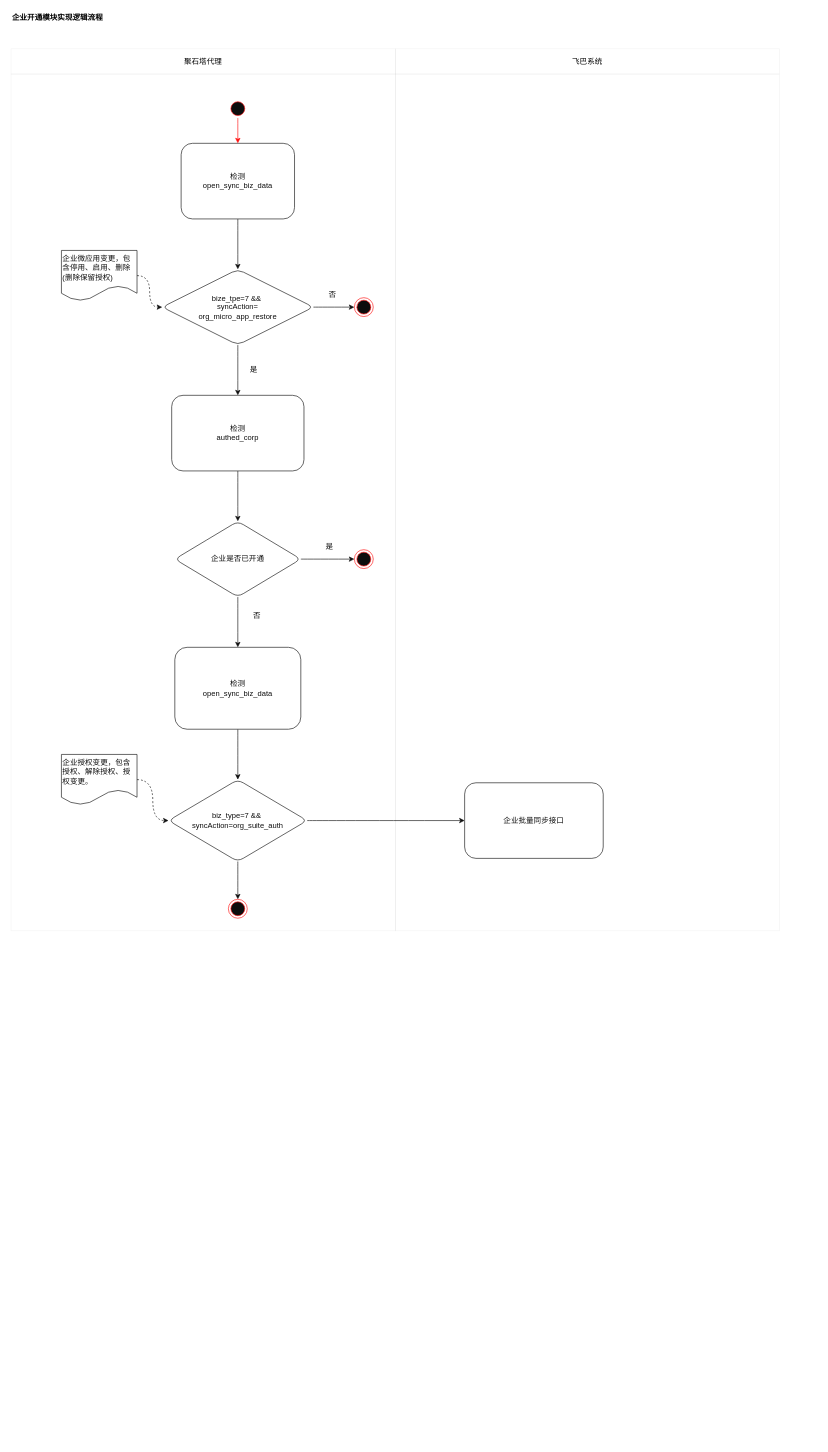
This is page "ent_restore" (1 of 7) of src/work/flyby/present/dingtalk-impl.drawio from ab-doc/draw.io, a draw.io file, before an edit. Source tidied: cells renumbered, new cells numbered last; positions are measured from the earlier drawing's top-left corner, leaving out a move shared by most shapes. Both pictures are drawn from the tidied source at 63%, with x=0, y=0 at pixel (11, 11).
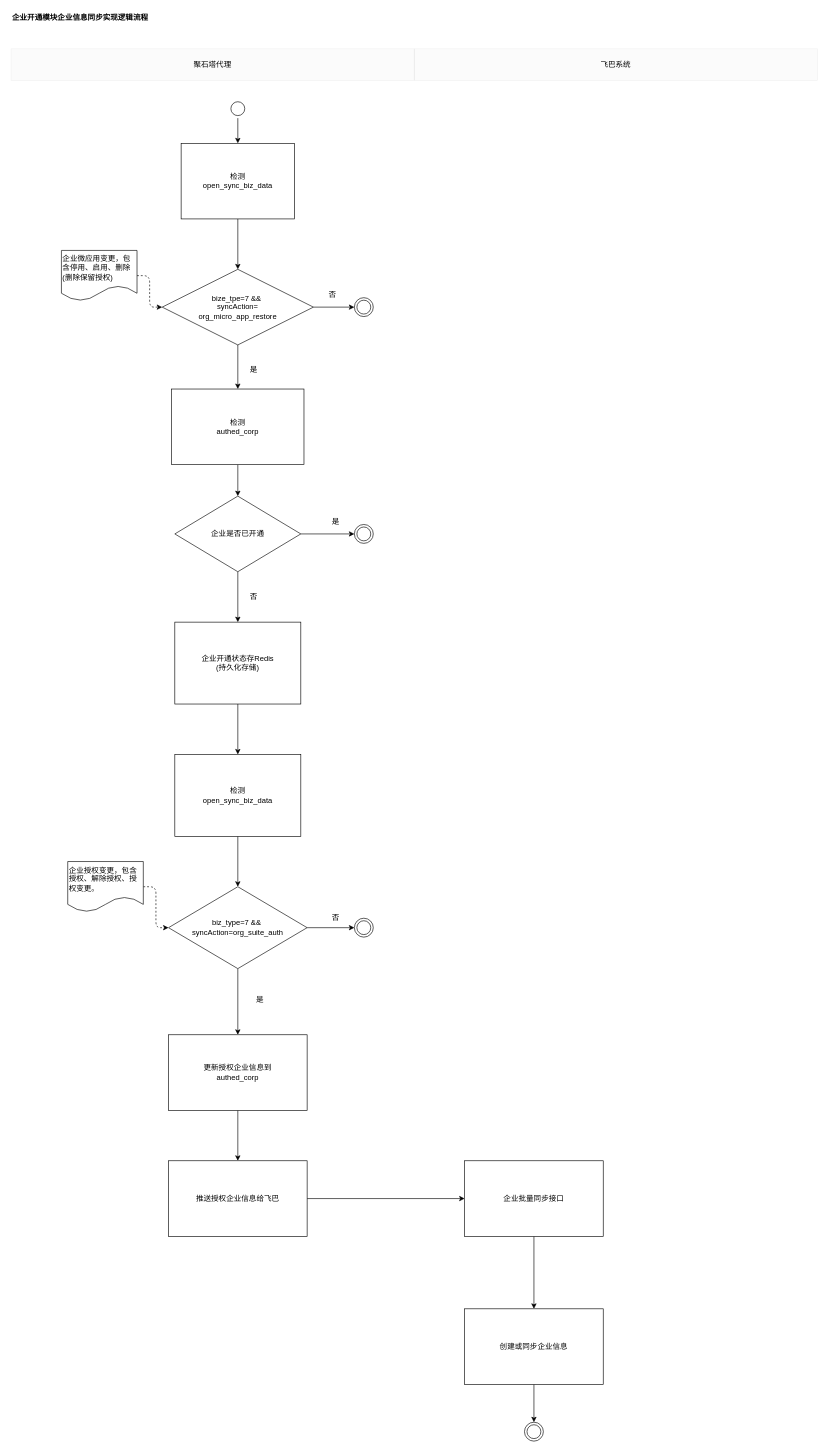
The same diagram, later.

The edit, as a diff of the source:
```diff
@@
-    <mxCell id="2" value="&lt;b&gt;企业开通模块实现逻辑流程&lt;/b&gt;" style="text;html=1;strokeColor=none;fillColor=none;align=left;verticalAlign=middle;whiteSpace=wrap;rounded=0;" parent="1" vertex="1">
-      <mxGeometry width="200" height="20" as="geometry" />
+    <mxCell id="2" value="&lt;b&gt;企业开通模块企业信息同步实现逻辑流程&lt;/b&gt;" style="text;html=1;strokeColor=none;fillColor=none;align=left;verticalAlign=middle;whiteSpace=wrap;" parent="1" vertex="1">
+      <mxGeometry width="240" height="20" as="geometry" />
     </mxCell>
-    <mxCell id="3" style="edgeStyle=orthogonalEdgeStyle;curved=1;rounded=1;sketch=0;jettySize=auto;html=1;" parent="1" edge="1" source="4" target="7">
+    <mxCell id="3" style="edgeStyle=orthogonalEdgeStyle;jettySize=auto;html=1;" parent="1" edge="1" source="4" target="7">
       <mxGeometry relative="1" as="geometry" />
     </mxCell>
-    <mxCell id="4" value="检测&lt;br&gt;open_sync_biz_data" style="rounded=1;whiteSpace=wrap;html=1;sketch=0;" parent="1" vertex="1">
+    <mxCell id="4" value="检测&lt;br&gt;open_sync_biz_data" style="whiteSpace=wrap;html=1;" parent="1" vertex="1">
       <mxGeometry x="270" y="210" width="180" height="120" as="geometry" />
     </mxCell>
+    <mxCell id="6" style="edgeStyle=orthogonalEdgeStyle;jettySize=auto;html=1;" parent="1" edge="1" source="7" target="26">
+      <mxGeometry relative="1" as="geometry" />
+    </mxCell>
-    <mxCell id="5" style="edgeStyle=orthogonalEdgeStyle;curved=1;rounded=1;sketch=0;jettySize=auto;html=1;" parent="1" edge="1" source="7" target="18">
+    <mxCell id="5" style="edgeStyle=orthogonalEdgeStyle;rounded=0;jettySize=auto;html=1;startArrow=none;startFill=0;endArrow=classic;endFill=1;" parent="1" edge="1" source="7" target="18">
       <mxGeometry relative="1" as="geometry" />
     </mxCell>
-    <mxCell id="6" style="edgeStyle=orthogonalEdgeStyle;curved=1;rounded=1;sketch=0;jettySize=auto;html=1;" parent="1" edge="1" source="7" target="26">
-      <mxGeometry relative="1" as="geometry" />
-    </mxCell>
-    <mxCell id="7" value="&lt;span&gt;bize_tpe=7&amp;nbsp;&lt;/span&gt;&lt;span&gt;&amp;amp;&amp;amp;&amp;nbsp;&lt;/span&gt;&lt;br&gt;&lt;span&gt;syncAction=&lt;br&gt;&lt;/span&gt;&lt;span&gt;org_micro_app_restore&lt;/span&gt;" style="rhombus;whiteSpace=wrap;html=1;rounded=1;sketch=0;align=center;" parent="1" vertex="1">
+    <mxCell id="7" value="&lt;span&gt;bize_tpe=7&amp;nbsp;&lt;/span&gt;&lt;span&gt;&amp;amp;&amp;amp;&amp;nbsp;&lt;/span&gt;&lt;br&gt;&lt;span&gt;syncAction=&lt;br&gt;&lt;/span&gt;&lt;span&gt;org_micro_app_restore&lt;/span&gt;" style="rhombus;whiteSpace=wrap;html=1;align=center;" parent="1" vertex="1">
       <mxGeometry x="240" y="410" width="240" height="120" as="geometry" />
     </mxCell>
-    <mxCell id="8" style="edgeStyle=orthogonalEdgeStyle;curved=1;rounded=1;sketch=0;jettySize=auto;html=1;" parent="1" edge="1" source="9" target="12">
+    <mxCell id="8" style="edgeStyle=orthogonalEdgeStyle;jettySize=auto;html=1;" parent="1" edge="1" source="9" target="12">
       <mxGeometry relative="1" as="geometry" />
     </mxCell>
-    <mxCell id="9" value="检测&lt;br&gt;open_sync_biz_data" style="whiteSpace=wrap;html=1;rounded=1;sketch=0;" parent="1" vertex="1">
-      <mxGeometry x="260" y="1010" width="200" height="130" as="geometry" />
+    <mxCell id="9" value="检测&lt;br&gt;open_sync_biz_data" style="whiteSpace=wrap;html=1;" parent="1" vertex="1">
+      <mxGeometry x="260" y="1180" width="200" height="130" as="geometry" />
     </mxCell>
-    <mxCell id="10" style="edgeStyle=orthogonalEdgeStyle;curved=1;rounded=1;sketch=0;jettySize=auto;html=1;" parent="1" edge="1" source="12" target="30">
+    <mxCell id="10" style="edgeStyle=orthogonalEdgeStyle;jettySize=auto;html=1;" parent="1" edge="1" source="12" target="30">
       <mxGeometry relative="1" as="geometry" />
     </mxCell>
-    <mxCell id="11" style="edgeStyle=orthogonalEdgeStyle;curved=1;rounded=1;sketch=0;jettySize=auto;html=1;" parent="1" edge="1" source="12" target="31">
+    <mxCell id="11" style="edgeStyle=orthogonalEdgeStyle;jettySize=auto;html=1;" parent="1" edge="1" source="12" target="31">
       <mxGeometry relative="1" as="geometry" />
     </mxCell>
-    <mxCell id="12" value="&lt;div&gt;biz_type=7 &amp;amp;&amp;amp;&amp;nbsp;&lt;/div&gt;&lt;div&gt;syncAction=org_suite_auth&lt;/div&gt;" style="rhombus;whiteSpace=wrap;html=1;rounded=1;sketch=0;" parent="1" vertex="1">
-      <mxGeometry x="250" y="1220" width="220" height="130" as="geometry" />
+    <mxCell id="12" value="&lt;div&gt;biz_type=7 &amp;amp;&amp;amp;&amp;nbsp;&lt;/div&gt;&lt;div&gt;syncAction=org_suite_auth&lt;/div&gt;" style="rhombus;whiteSpace=wrap;html=1;" parent="1" vertex="1">
+      <mxGeometry x="250" y="1390" width="220" height="130" as="geometry" />
     </mxCell>
-    <mxCell id="13" style="edgeStyle=orthogonalEdgeStyle;curved=1;rounded=1;sketch=0;jettySize=auto;html=1;dashed=1;" parent="1" edge="1" source="14" target="7">
+    <mxCell id="13" style="edgeStyle=orthogonalEdgeStyle;jettySize=auto;html=1;dashed=1;" parent="1" edge="1" source="14" target="7">
       <mxGeometry relative="1" as="geometry" />
     </mxCell>
-    <mxCell id="14" value="&lt;span&gt;企业微应用变更，包含停用、&lt;/span&gt;&lt;span&gt;启用、删除(删除保留授权)&lt;/span&gt;" style="shape=document;whiteSpace=wrap;html=1;boundedLbl=1;rounded=0;sketch=0;align=left;" parent="1" vertex="1">
+    <mxCell id="14" value="&lt;span&gt;企业微应用变更，包含停用、&lt;/span&gt;&lt;span&gt;启用、删除(删除保留授权)&lt;/span&gt;" style="shape=document;whiteSpace=wrap;html=1;boundedLbl=1;align=left;" parent="1" vertex="1">
       <mxGeometry x="80" y="380" width="120" height="80" as="geometry" />
     </mxCell>
-    <mxCell id="15" style="edgeStyle=orthogonalEdgeStyle;curved=1;rounded=1;sketch=0;jettySize=auto;html=1;dashed=1;" parent="1" edge="1" source="16" target="12">
+    <mxCell id="15" style="edgeStyle=orthogonalEdgeStyle;jettySize=auto;html=1;dashed=1;" parent="1" edge="1" source="16" target="12">
       <mxGeometry relative="1" as="geometry" />
     </mxCell>
-    <mxCell id="16" value="&lt;span&gt;企业授权变更，包含授权、解除授权、授权变更。&lt;/span&gt;" style="shape=document;whiteSpace=wrap;html=1;boundedLbl=1;rounded=0;sketch=0;align=left;" parent="1" vertex="1">
-      <mxGeometry x="80" y="1180" width="120" height="80" as="geometry" />
+    <mxCell id="16" value="&lt;span&gt;企业授权变更，包含授权、解除授权、授权变更。&lt;/span&gt;" style="shape=document;whiteSpace=wrap;html=1;boundedLbl=1;align=left;" parent="1" vertex="1">
+      <mxGeometry x="90" y="1350" width="120" height="80" as="geometry" />
     </mxCell>
-    <mxCell id="17" style="edgeStyle=orthogonalEdgeStyle;curved=1;rounded=1;sketch=0;jettySize=auto;html=1;" parent="1" edge="1" source="18" target="21">
-      <mxGeometry relative="1" as="geometry" />
-    </mxCell>
-    <mxCell id="18" value="&lt;span&gt;检测&lt;/span&gt;&lt;br&gt;&lt;span&gt;authed_corp&lt;/span&gt;" style="whiteSpace=wrap;html=1;rounded=1;sketch=0;" parent="1" vertex="1">
-      <mxGeometry x="255" y="610" width="210" height="120" as="geometry" />
-    </mxCell>
-    <mxCell id="19" style="edgeStyle=orthogonalEdgeStyle;curved=1;rounded=1;sketch=0;jettySize=auto;html=1;" parent="1" edge="1" source="21" target="9">
-      <mxGeometry relative="1" as="geometry" />
-    </mxCell>
-    <mxCell id="20" style="edgeStyle=orthogonalEdgeStyle;curved=1;rounded=1;sketch=0;jettySize=auto;html=1;" parent="1" edge="1" source="21" target="28">
+    <mxCell id="20" style="edgeStyle=orthogonalEdgeStyle;jettySize=auto;html=1;" parent="1" edge="1" source="21" target="28">
       <mxGeometry relative="1" as="geometry" />
     </mxCell>
+    <mxCell id="36" style="edgeStyle=orthogonalEdgeStyle;rounded=0;jettySize=auto;html=1;startArrow=none;startFill=0;endArrow=classic;endFill=1;" parent="1" edge="1" source="21" target="48">
+      <mxGeometry relative="1" as="geometry" />
+    </mxCell>
-    <mxCell id="21" value="&lt;span&gt;企业是否已开通&lt;/span&gt;" style="rhombus;whiteSpace=wrap;html=1;rounded=1;sketch=0;" parent="1" vertex="1">
-      <mxGeometry x="260" y="810" width="200" height="120" as="geometry" />
+    <mxCell id="21" value="&lt;span&gt;企业是否已开通&lt;/span&gt;" style="rhombus;whiteSpace=wrap;html=1;" parent="1" vertex="1">
+      <mxGeometry x="260" y="770" width="200" height="120" as="geometry" />
     </mxCell>
@@
     <mxCell id="23" value="否" style="text;html=1;align=center;verticalAlign=middle;" parent="1" vertex="1">
-      <mxGeometry x="375" y="950" width="30" height="20" as="geometry" />
+      <mxGeometry x="370" y="920" width="30" height="20" as="geometry" />
     </mxCell>
-    <mxCell id="24" style="edgeStyle=orthogonalEdgeStyle;curved=1;rounded=1;sketch=0;jettySize=auto;html=1;strokeColor=#FF0000;" parent="1" edge="1" source="25" target="4">
+    <mxCell id="24" style="edgeStyle=orthogonalEdgeStyle;jettySize=auto;html=1;" parent="1" edge="1" source="25" target="4">
       <mxGeometry relative="1" as="geometry" />
     </mxCell>
-    <mxCell id="25" style="ellipse;html=1;shape=startState;fillColor=#000000;strokeColor=#ff0000;rounded=0;sketch=0;" parent="1" vertex="1">
+    <mxCell id="25" style="ellipse;html=1;shape=startState;" parent="1" vertex="1">
       <mxGeometry x="345" y="140" width="30" height="30" as="geometry" />
     </mxCell>
-    <mxCell id="26" style="ellipse;html=1;shape=endState;fillColor=#000000;strokeColor=#ff0000;rounded=0;sketch=0;" parent="1" vertex="1">
+    <mxCell id="26" style="ellipse;html=1;shape=endState;" parent="1" vertex="1">
       <mxGeometry x="545" y="455" width="30" height="30" as="geometry" />
     </mxCell>
@@
-    <mxCell id="28" style="ellipse;html=1;shape=endState;fillColor=#000000;strokeColor=#ff0000;rounded=0;sketch=0;" parent="1" vertex="1">
-      <mxGeometry x="545" y="855" width="30" height="30" as="geometry" />
+    <mxCell id="28" style="ellipse;html=1;shape=endState;" parent="1" vertex="1">
+      <mxGeometry x="545" y="815" width="30" height="30" as="geometry" />
     </mxCell>
     <mxCell id="29" value="是" style="text;html=1;align=center;verticalAlign=middle;" parent="1" vertex="1">
-      <mxGeometry x="490" y="840" width="30" height="20" as="geometry" />
+      <mxGeometry x="500" y="800" width="30" height="20" as="geometry" />
     </mxCell>
+    <mxCell id="37" style="edgeStyle=orthogonalEdgeStyle;rounded=0;jettySize=auto;html=1;" parent="1" edge="1" source="30" target="41">
+      <mxGeometry relative="1" as="geometry" />
+    </mxCell>
-    <mxCell id="30" value="企业批量同步接口" style="whiteSpace=wrap;html=1;rounded=1;sketch=0;" parent="1" vertex="1">
-      <mxGeometry x="720" y="1225" width="220" height="120" as="geometry" />
+    <mxCell id="30" value="更新授权企业信息到&lt;br&gt;&lt;div&gt;&lt;span&gt;authed_corp&lt;/span&gt;&lt;/div&gt;" style="whiteSpace=wrap;html=1;" parent="1" vertex="1">
+      <mxGeometry x="250" y="1625" width="220" height="120" as="geometry" />
     </mxCell>
-    <mxCell id="31" style="ellipse;html=1;shape=endState;fillColor=#000000;strokeColor=#ff0000;rounded=0;sketch=0;" parent="1" vertex="1">
-      <mxGeometry x="345" y="1410" width="30" height="30" as="geometry" />
+    <mxCell id="31" style="ellipse;html=1;shape=endState;" parent="1" vertex="1">
+      <mxGeometry x="545" y="1440" width="30" height="30" as="geometry" />
     </mxCell>
-    <mxCell id="32" style="rounded=0;whiteSpace=wrap;html=1;sketch=0;opacity=5;" parent="1" vertex="1">
-      <mxGeometry y="100" width="610" height="1360" as="geometry" />
-    </mxCell>
-    <mxCell id="33" style="rounded=0;whiteSpace=wrap;html=1;sketch=0;opacity=5;" parent="1" vertex="1">
-      <mxGeometry x="610" y="100" width="610" height="1360" as="geometry" />
-    </mxCell>
+    <mxCell id="38" value="是" style="text;html=1;align=center;verticalAlign=middle;" parent="1" vertex="1">
+      <mxGeometry x="380" y="1560" width="30" height="20" as="geometry" />
+    </mxCell>
+    <mxCell id="39" value="否" style="text;html=1;align=center;verticalAlign=middle;" parent="1" vertex="1">
+      <mxGeometry x="500" y="1430" width="30" height="20" as="geometry" />
+    </mxCell>
+    <mxCell id="40" style="edgeStyle=orthogonalEdgeStyle;rounded=0;jettySize=auto;html=1;" parent="1" edge="1" source="41" target="43">
+      <mxGeometry relative="1" as="geometry" />
+    </mxCell>
+    <mxCell id="41" value="推送授权企业信息给飞巴" style="whiteSpace=wrap;html=1;" parent="1" vertex="1">
+      <mxGeometry x="250" y="1825" width="220" height="120" as="geometry" />
+    </mxCell>
+    <mxCell id="42" style="edgeStyle=orthogonalEdgeStyle;rounded=0;jettySize=auto;html=1;" parent="1" edge="1" source="43" target="45">
+      <mxGeometry relative="1" as="geometry" />
+    </mxCell>
+    <mxCell id="43" value="企业批量同步接口" style="whiteSpace=wrap;html=1;" parent="1" vertex="1">
+      <mxGeometry x="720" y="1825" width="220" height="120" as="geometry" />
+    </mxCell>
+    <mxCell id="44" style="edgeStyle=orthogonalEdgeStyle;rounded=0;jettySize=auto;html=1;" parent="1" edge="1" source="45" target="46">
+      <mxGeometry relative="1" as="geometry" />
+    </mxCell>
+    <mxCell id="45" value="创建或同步企业信息" style="whiteSpace=wrap;html=1;" parent="1" vertex="1">
+      <mxGeometry x="720" y="2060" width="220" height="120" as="geometry" />
+    </mxCell>
+    <mxCell id="46" style="ellipse;html=1;shape=endState;" parent="1" vertex="1">
+      <mxGeometry x="815" y="2240" width="30" height="30" as="geometry" />
+    </mxCell>
+    <mxCell id="17" style="edgeStyle=orthogonalEdgeStyle;rounded=0;jettySize=auto;html=1;startArrow=none;startFill=0;endArrow=classic;endFill=1;" parent="1" edge="1" source="18" target="21">
+      <mxGeometry relative="1" as="geometry" />
+    </mxCell>
+    <mxCell id="18" value="&lt;span&gt;检测&lt;/span&gt;&lt;br&gt;&lt;span&gt;authed_corp&lt;/span&gt;" style="whiteSpace=wrap;html=1;" parent="1" vertex="1">
+      <mxGeometry x="255" y="600" width="210" height="120" as="geometry" />
+    </mxCell>
+    <mxCell id="47" style="edgeStyle=orthogonalEdgeStyle;rounded=0;jettySize=auto;html=1;startArrow=none;startFill=0;endArrow=classic;endFill=1;" parent="1" edge="1" source="48" target="9">
+      <mxGeometry relative="1" as="geometry" />
+    </mxCell>
+    <mxCell id="48" value="企业开通状态存Redis&lt;br&gt;(持久化存储)" style="whiteSpace=wrap;html=1;" parent="1" vertex="1">
+      <mxGeometry x="260" y="970" width="200" height="130" as="geometry" />
+    </mxCell>
-    <mxCell id="34" value="聚石塔代理" style="rounded=0;whiteSpace=wrap;html=1;sketch=0;opacity=5;" parent="1" vertex="1">
-      <mxGeometry y="60" width="610" height="40" as="geometry" />
+    <mxCell id="34" value="聚石塔代理" style="rounded=0;whiteSpace=wrap;html=1;opacity=5;fillColor=#B3B3B3;" parent="1" vertex="1">
+      <mxGeometry y="60" width="640" height="50" as="geometry" />
     </mxCell>
-    <mxCell id="35" value="飞巴系统" style="rounded=0;whiteSpace=wrap;html=1;sketch=0;opacity=5;" parent="1" vertex="1">
-      <mxGeometry x="610" y="60" width="610" height="40" as="geometry" />
+    <mxCell id="35" value="飞巴系统" style="rounded=0;whiteSpace=wrap;html=1;opacity=5;fillColor=#B3B3B3;" parent="1" vertex="1">
+      <mxGeometry x="640" y="60" width="640" height="50" as="geometry" />
     </mxCell>
```
